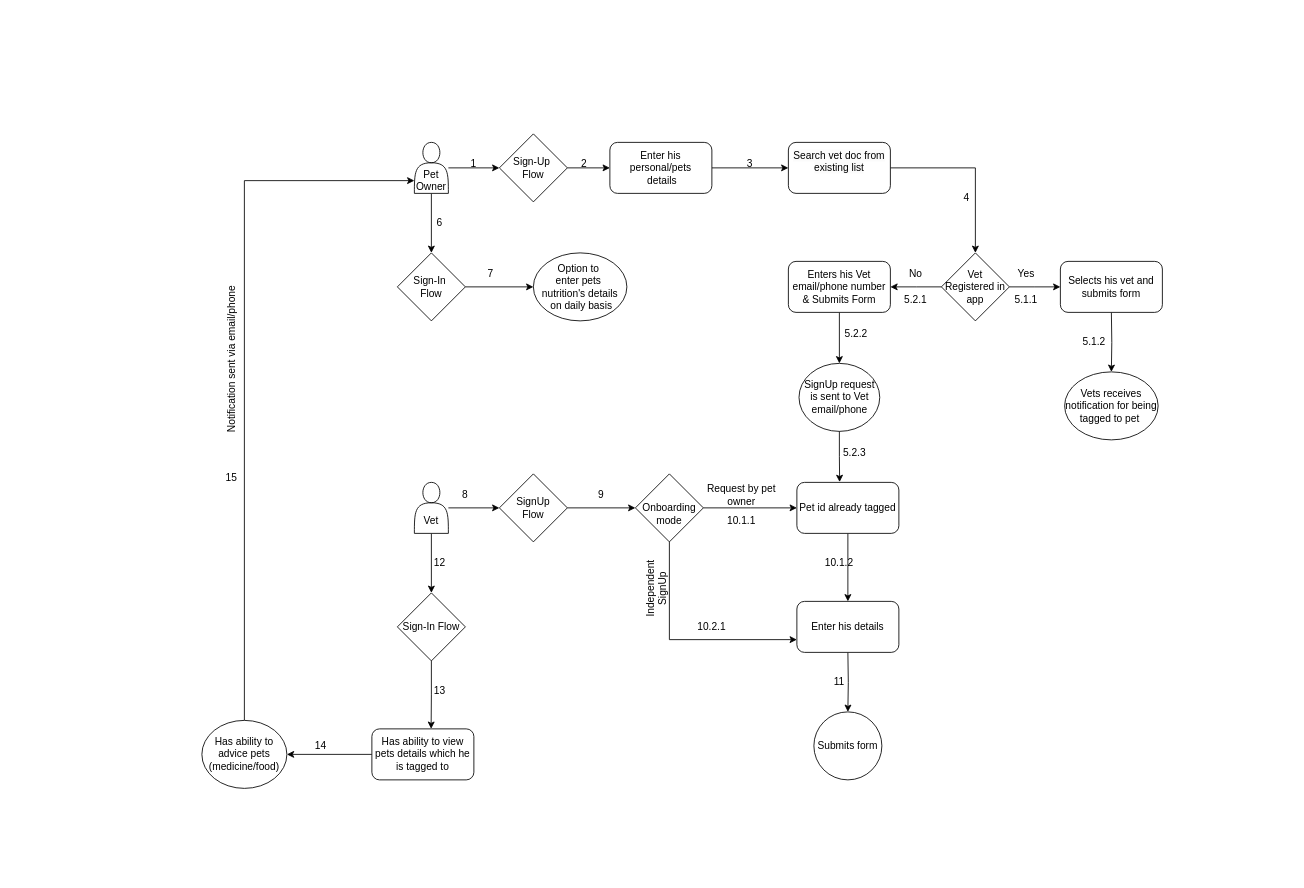
Earlier version of the draw.io diagram Pet-App-Flow.drawio (namanchopra21087/design-documents). Source tidied: cells renumbered, new cells numbered last; positions are measured from the earlier drawing's top-left corner, leaving out a move shared by most shapes. Both pictures are drawn from the tidied source at 85%, with x=0, y=0 at pixel (14, 48).
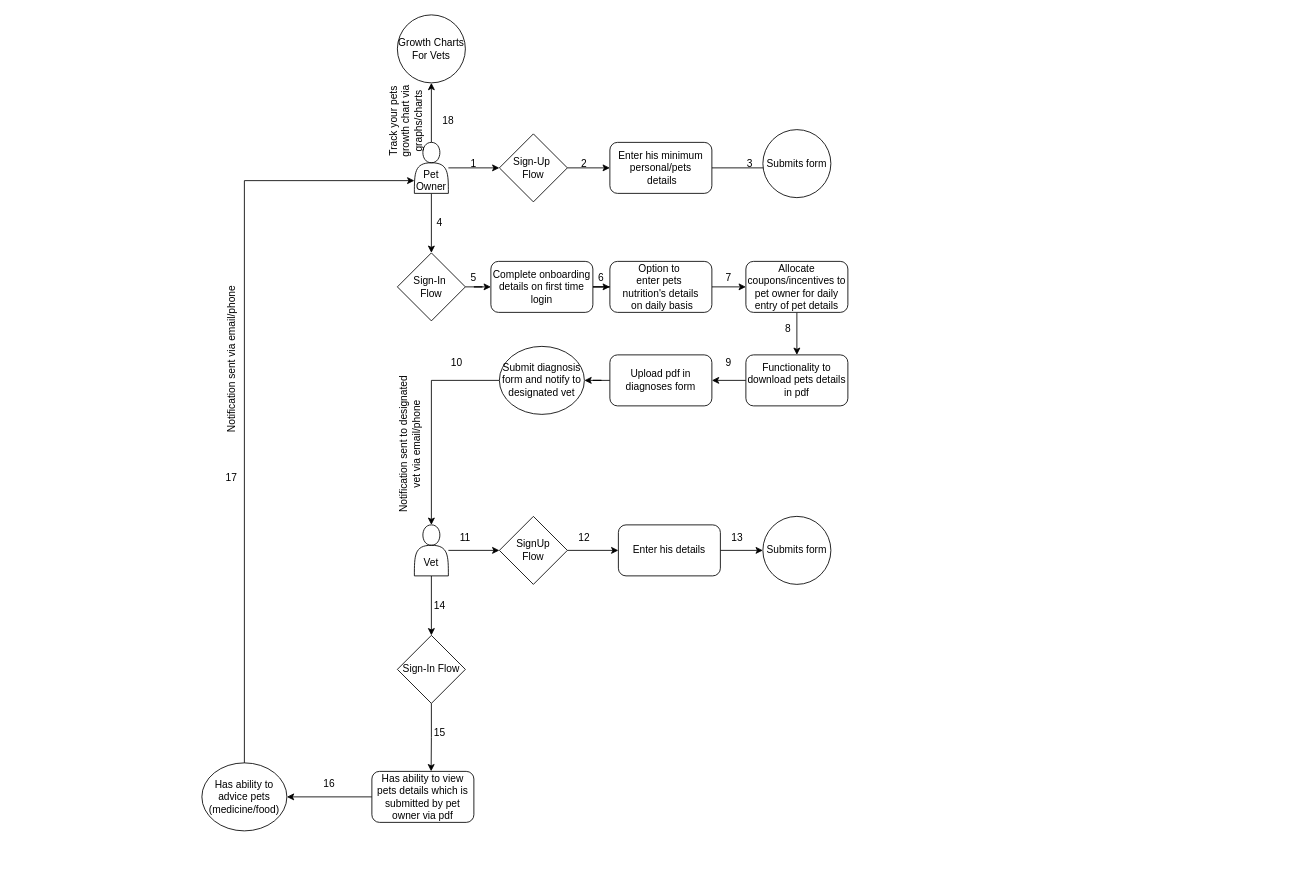
Above is the later version.

Unchanged cells that the change refers to:
```xml
<mxCell id="6" value="&lt;div&gt;&lt;br&gt;&lt;/div&gt;&lt;div&gt;&lt;br&gt;&lt;/div&gt;Pet Owner" style="shape=actor;whiteSpace=wrap;html=1;" parent="1" vertex="1">
  <mxGeometry x="470" y="110" width="40" height="60" as="geometry" />
</mxCell>
<mxCell id="30" value="Sign-In&amp;nbsp;&lt;div&gt;Flow&lt;/div&gt;" style="rhombus;whiteSpace=wrap;html=1;" parent="1" vertex="1">
  <mxGeometry x="450" y="240" width="80" height="80" as="geometry" />
</mxCell>
```

The edit, as a diff of the source:
```diff
@@
+    <mxCell id="77" style="edgeStyle=orthogonalEdgeStyle;rounded=0;jettySize=auto;html=1;" parent="1" edge="1" source="6" target="100">
+      <mxGeometry relative="1" as="geometry" />
+    </mxCell>
@@
-    <mxCell id="7" style="edgeStyle=orthogonalEdgeStyle;rounded=0;jettySize=auto;html=1;" parent="1" edge="1" source="9">
-      <mxGeometry relative="1" as="geometry">
-        <mxPoint x="1230" y="280" as="targetPoint" />
-      </mxGeometry>
-    </mxCell>
-    <mxCell id="8" style="edgeStyle=orthogonalEdgeStyle;rounded=0;jettySize=auto;html=1;entryX=1;entryY=0.5;entryDx=0;entryDy=0;" parent="1" edge="1" source="9">
-      <mxGeometry relative="1" as="geometry">
-        <mxPoint x="1030" y="280" as="targetPoint" />
-      </mxGeometry>
-    </mxCell>
-    <mxCell id="9" value="Vet Registered in app" style="rhombus;whiteSpace=wrap;html=1;" parent="1" vertex="1">
-      <mxGeometry x="1090" y="240" width="80" height="80" as="geometry" />
-    </mxCell>
-    <mxCell id="10" value="Yes" style="text;html=1;align=center;verticalAlign=middle;whiteSpace=wrap;rounded=0;" parent="1" vertex="1">
-      <mxGeometry x="1160" y="250" width="60" height="30" as="geometry" />
-    </mxCell>
-    <mxCell id="11" value="No" style="text;html=1;align=center;verticalAlign=middle;whiteSpace=wrap;rounded=0;" parent="1" vertex="1">
-      <mxGeometry x="1030" y="250" width="60" height="30" as="geometry" />
-    </mxCell>
-    <mxCell id="12" value="SignUp request is sent to Vet email/phone" style="ellipse;whiteSpace=wrap;html=1;" parent="1" vertex="1">
-      <mxGeometry x="922.5" y="370" width="95" height="80" as="geometry" />
-    </mxCell>
-    <mxCell id="13" style="edgeStyle=orthogonalEdgeStyle;rounded=0;jettySize=auto;html=1;" parent="1" edge="1" target="14">
-      <mxGeometry relative="1" as="geometry">
-        <mxPoint x="1290" y="310" as="sourcePoint" />
-      </mxGeometry>
-    </mxCell>
-    <mxCell id="14" value="Vets receives notification for being tagged to pet&amp;nbsp;" style="ellipse;whiteSpace=wrap;html=1;" parent="1" vertex="1">
-      <mxGeometry x="1235" y="380" width="110" height="80" as="geometry" />
-    </mxCell>
@@
     <mxCell id="17" value="&lt;div&gt;&lt;br&gt;&lt;/div&gt;&lt;div&gt;&lt;br&gt;&lt;/div&gt;Vet&lt;div&gt;&lt;/div&gt;" style="shape=actor;whiteSpace=wrap;html=1;" parent="1" vertex="1">
-      <mxGeometry x="470" y="510" width="40" height="60" as="geometry" />
+      <mxGeometry x="470" y="560" width="40" height="60" as="geometry" />
     </mxCell>
-    <mxCell id="18" style="edgeStyle=orthogonalEdgeStyle;rounded=0;jettySize=auto;html=1;" parent="1" edge="1" source="20">
-      <mxGeometry relative="1" as="geometry">
-        <mxPoint x="920" y="540" as="targetPoint" />
-      </mxGeometry>
-    </mxCell>
-    <mxCell id="19" style="edgeStyle=orthogonalEdgeStyle;rounded=0;jettySize=auto;html=1;entryX=0;entryY=0.75;entryDx=0;entryDy=0;" parent="1" edge="1" source="20" target="43">
-      <mxGeometry relative="1" as="geometry">
-        <Array as="points">
-          <mxPoint x="770" y="695" />
-        </Array>
-      </mxGeometry>
-    </mxCell>
-    <mxCell id="20" value="&lt;div&gt;&lt;br&gt;&lt;/div&gt;Onboarding mode" style="rhombus;whiteSpace=wrap;html=1;" parent="1" vertex="1">
-      <mxGeometry x="730" y="500" width="80" height="80" as="geometry" />
-    </mxCell>
-    <mxCell id="21" style="edgeStyle=orthogonalEdgeStyle;rounded=0;jettySize=auto;html=1;entryX=0.419;entryY=-0.007;entryDx=0;entryDy=0;entryPerimeter=0;" parent="1" edge="1" source="12">
-      <mxGeometry relative="1" as="geometry">
-        <mxPoint x="970.3" y="509.6" as="targetPoint" />
-      </mxGeometry>
-    </mxCell>
-    <mxCell id="22" value="Request by pet owner" style="text;html=1;align=center;verticalAlign=middle;whiteSpace=wrap;rounded=0;" parent="1" vertex="1">
-      <mxGeometry x="810" y="510" width="90" height="30" as="geometry" />
-    </mxCell>
-    <mxCell id="23" style="edgeStyle=orthogonalEdgeStyle;rounded=0;jettySize=auto;html=1;" parent="1" edge="1" target="24">
-      <mxGeometry relative="1" as="geometry">
-        <mxPoint x="980" y="710" as="sourcePoint" />
-      </mxGeometry>
-    </mxCell>
     <mxCell id="24" value="Submits form" style="ellipse;whiteSpace=wrap;html=1;" parent="1" vertex="1">
-      <mxGeometry x="940" y="780" width="80" height="80" as="geometry" />
+      <mxGeometry x="880" y="550" width="80" height="80" as="geometry" />
     </mxCell>
-    <mxCell id="25" value="Independent SignUp" style="text;html=1;align=center;verticalAlign=middle;whiteSpace=wrap;rounded=0;rotation=-90;" parent="1" vertex="1">
-      <mxGeometry x="710" y="620" width="90" height="30" as="geometry" />
-    </mxCell>
     <mxCell id="26" value="Sign-In Flow" style="rhombus;whiteSpace=wrap;html=1;" parent="1" vertex="1">
-      <mxGeometry x="450" y="640" width="80" height="80" as="geometry" />
+      <mxGeometry x="450" y="690" width="80" height="80" as="geometry" />
     </mxCell>
@@
     <mxCell id="28" value="Has ability to advice pets&lt;div&gt;(medicine/food)&lt;/div&gt;" style="ellipse;whiteSpace=wrap;html=1;" parent="1" vertex="1">
-      <mxGeometry x="220" y="790" width="100" height="80" as="geometry" />
+      <mxGeometry x="220" y="840" width="100" height="80" as="geometry" />
     </mxCell>
-    <mxCell id="29" style="edgeStyle=orthogonalEdgeStyle;rounded=0;jettySize=auto;html=1;" parent="1" edge="1" source="30" target="31">
-      <mxGeometry relative="1" as="geometry" />
-    </mxCell>
+    <mxCell id="78" style="edgeStyle=orthogonalEdgeStyle;rounded=0;jettySize=auto;html=1;entryX=0;entryY=0.5;entryDx=0;entryDy=0;" parent="1" edge="1" source="30" target="84">
+      <mxGeometry relative="1" as="geometry" />
+    </mxCell>
@@
+    <mxCell id="79" style="edgeStyle=orthogonalEdgeStyle;rounded=0;jettySize=auto;html=1;entryX=0.5;entryY=0;entryDx=0;entryDy=0;" parent="1" edge="1" source="31" target="17">
+      <mxGeometry relative="1" as="geometry" />
+    </mxCell>
-    <mxCell id="31" value="Option to&amp;nbsp;&lt;div&gt;enter pets&amp;nbsp;&lt;/div&gt;&lt;div&gt;nutrition's details&lt;/div&gt;&lt;div&gt;&amp;nbsp;on daily basis&lt;/div&gt;" style="ellipse;whiteSpace=wrap;html=1;" parent="1" vertex="1">
-      <mxGeometry x="610" y="240" width="110" height="80" as="geometry" />
+    <mxCell id="31" value="Submit diagnosis form and notify to designated vet" style="ellipse;whiteSpace=wrap;html=1;" parent="1" vertex="1">
+      <mxGeometry x="570" y="350" width="100" height="80" as="geometry" />
     </mxCell>
@@
-    <mxCell id="34" style="edgeStyle=orthogonalEdgeStyle;rounded=0;jettySize=auto;html=1;entryX=0;entryY=0.5;entryDx=0;entryDy=0;" parent="1" edge="1" source="35" target="37">
-      <mxGeometry relative="1" as="geometry" />
+    <mxCell id="34" style="edgeStyle=orthogonalEdgeStyle;rounded=0;jettySize=auto;html=1;entryX=0;entryY=0.5;entryDx=0;entryDy=0;" parent="1" edge="1" source="35">
+      <mxGeometry relative="1" as="geometry">
+        <mxPoint x="910" y="140" as="targetPoint" />
+      </mxGeometry>
     </mxCell>
-    <mxCell id="35" value="Enter his personal/pets&lt;div&gt;&amp;nbsp;details&lt;/div&gt;" style="rounded=1;whiteSpace=wrap;html=1;" parent="1" vertex="1">
+    <mxCell id="35" value="Enter his minimum personal/pets&lt;div&gt;&amp;nbsp;details&lt;/div&gt;" style="rounded=1;whiteSpace=wrap;html=1;" parent="1" vertex="1">
       <mxGeometry x="700" y="110" width="120" height="60" as="geometry" />
     </mxCell>
-    <mxCell id="36" style="edgeStyle=orthogonalEdgeStyle;rounded=0;jettySize=auto;html=1;entryX=0.5;entryY=0;entryDx=0;entryDy=0;" parent="1" edge="1" source="37" target="9">
-      <mxGeometry relative="1" as="geometry" />
-    </mxCell>
-    <mxCell id="37" value="&#10;&lt;span style=&quot;color: rgb(0, 0, 0); font-family: Helvetica; font-size: 12px; font-style: normal; font-variant-ligatures: normal; font-variant-caps: normal; font-weight: 400; letter-spacing: normal; orphans: 2; text-align: center; text-indent: 0px; text-transform: none; widows: 2; word-spacing: 0px; -webkit-text-stroke-width: 0px; white-space: normal; background-color: rgb(251, 251, 251); text-decoration-thickness: initial; text-decoration-style: initial; text-decoration-color: initial; display: inline !important; float: none;&quot;&gt;Search vet doc from existing list&lt;/span&gt;&#10;&#10;" style="rounded=1;whiteSpace=wrap;html=1;" parent="1" vertex="1">
-      <mxGeometry x="910" y="110" width="120" height="60" as="geometry" />
-    </mxCell>
-    <mxCell id="38" style="edgeStyle=orthogonalEdgeStyle;rounded=0;jettySize=auto;html=1;entryX=0.5;entryY=0;entryDx=0;entryDy=0;" parent="1" edge="1" source="39" target="12">
-      <mxGeometry relative="1" as="geometry" />
-    </mxCell>
-    <mxCell id="39" value="Enters his Vet email/phone number&lt;div&gt;&amp;amp; Submits Form&lt;/div&gt;" style="rounded=1;whiteSpace=wrap;html=1;" parent="1" vertex="1">
-      <mxGeometry x="910" y="250" width="120" height="60" as="geometry" />
-    </mxCell>
-    <mxCell id="40" value="Selects his vet and submits form" style="rounded=1;whiteSpace=wrap;html=1;" parent="1" vertex="1">
-      <mxGeometry x="1230" y="250" width="120" height="60" as="geometry" />
-    </mxCell>
-    <mxCell id="41" style="edgeStyle=orthogonalEdgeStyle;rounded=0;jettySize=auto;html=1;" parent="1" edge="1" source="42" target="43">
-      <mxGeometry relative="1" as="geometry" />
-    </mxCell>
-    <mxCell id="42" value="Pet id already tagged" style="rounded=1;whiteSpace=wrap;html=1;" parent="1" vertex="1">
-      <mxGeometry x="920" y="510" width="120" height="60" as="geometry" />
-    </mxCell>
+    <mxCell id="80" style="edgeStyle=orthogonalEdgeStyle;rounded=0;jettySize=auto;html=1;entryX=0;entryY=0.5;entryDx=0;entryDy=0;" parent="1" edge="1" source="43" target="24">
+      <mxGeometry relative="1" as="geometry" />
+    </mxCell>
     <mxCell id="43" value="Enter his details" style="whiteSpace=wrap;html=1;rounded=1;" parent="1" vertex="1">
-      <mxGeometry x="920" y="650" width="120" height="60" as="geometry" />
+      <mxGeometry x="710" y="560" width="120" height="60" as="geometry" />
     </mxCell>
@@
-    <mxCell id="45" value="Has ability to view pets details which he is tagged to" style="rounded=1;whiteSpace=wrap;html=1;" parent="1" vertex="1">
-      <mxGeometry x="420" y="800" width="120" height="60" as="geometry" />
+    <mxCell id="45" value="Has ability to view pets details which is submitted by pet owner via pdf" style="rounded=1;whiteSpace=wrap;html=1;" parent="1" vertex="1">
+      <mxGeometry x="420" y="850" width="120" height="60" as="geometry" />
     </mxCell>
@@
-    <mxCell id="47" style="edgeStyle=orthogonalEdgeStyle;rounded=0;jettySize=auto;html=1;entryX=0;entryY=0.5;entryDx=0;entryDy=0;" parent="1" edge="1" source="48" target="20">
-      <mxGeometry relative="1" as="geometry" />
-    </mxCell>
+    <mxCell id="81" style="edgeStyle=orthogonalEdgeStyle;rounded=0;jettySize=auto;html=1;entryX=0;entryY=0.5;entryDx=0;entryDy=0;" parent="1" edge="1" source="48" target="43">
+      <mxGeometry relative="1" as="geometry" />
+    </mxCell>
     <mxCell id="48" value="SignUp&lt;div&gt;Flow&lt;/div&gt;" style="rhombus;whiteSpace=wrap;html=1;" parent="1" vertex="1">
-      <mxGeometry x="570" y="500" width="80" height="80" as="geometry" />
+      <mxGeometry x="570" y="550" width="80" height="80" as="geometry" />
     </mxCell>
@@
-    <mxCell id="57" value="4" style="text;html=1;align=center;verticalAlign=middle;whiteSpace=wrap;rounded=0;" parent="1" vertex="1">
-      <mxGeometry x="1090" y="160" width="60" height="30" as="geometry" />
-    </mxCell>
-    <mxCell id="58" value="5.1.1" style="text;html=1;align=center;verticalAlign=middle;whiteSpace=wrap;rounded=0;" parent="1" vertex="1">
-      <mxGeometry x="1160" y="280" width="60" height="30" as="geometry" />
-    </mxCell>
-    <mxCell id="59" value="5.1.2" style="text;html=1;align=center;verticalAlign=middle;whiteSpace=wrap;rounded=0;" parent="1" vertex="1">
-      <mxGeometry x="1240" y="330" width="60" height="30" as="geometry" />
-    </mxCell>
-    <mxCell id="60" value="5.2.1" style="text;html=1;align=center;verticalAlign=middle;whiteSpace=wrap;rounded=0;" parent="1" vertex="1">
-      <mxGeometry x="1030" y="280" width="60" height="30" as="geometry" />
-    </mxCell>
-    <mxCell id="61" value="5.2.2" style="text;html=1;align=center;verticalAlign=middle;whiteSpace=wrap;rounded=0;" parent="1" vertex="1">
-      <mxGeometry x="960" y="320" width="60" height="30" as="geometry" />
-    </mxCell>
-    <mxCell id="62" value="6" style="text;html=1;align=center;verticalAlign=middle;whiteSpace=wrap;rounded=0;" parent="1" vertex="1">
+    <mxCell id="62" value="4" style="text;html=1;align=center;verticalAlign=middle;whiteSpace=wrap;rounded=0;" parent="1" vertex="1">
       <mxGeometry x="470" y="190" width="60" height="30" as="geometry" />
     </mxCell>
-    <mxCell id="63" value="7" style="text;html=1;align=center;verticalAlign=middle;whiteSpace=wrap;rounded=0;" parent="1" vertex="1">
-      <mxGeometry x="530" y="250" width="60" height="30" as="geometry" />
+    <mxCell id="63" value="5" style="text;html=1;align=center;verticalAlign=middle;whiteSpace=wrap;rounded=0;" parent="1" vertex="1">
+      <mxGeometry x="520" y="260" width="40" height="20" as="geometry" />
     </mxCell>
-    <mxCell id="64" value="5.2.3" style="text;html=1;align=center;verticalAlign=middle;whiteSpace=wrap;rounded=0;" parent="1" vertex="1">
-      <mxGeometry x="957.5" y="460" width="60" height="30" as="geometry" />
-    </mxCell>
-    <mxCell id="65" value="8" style="text;html=1;align=center;verticalAlign=middle;whiteSpace=wrap;rounded=0;" parent="1" vertex="1">
-      <mxGeometry x="500" y="510" width="60" height="30" as="geometry" />
+    <mxCell id="65" value="11" style="text;html=1;align=center;verticalAlign=middle;whiteSpace=wrap;rounded=0;" parent="1" vertex="1">
+      <mxGeometry x="500" y="560" width="60" height="30" as="geometry" />
     </mxCell>
-    <mxCell id="66" value="9" style="text;html=1;align=center;verticalAlign=middle;whiteSpace=wrap;rounded=0;" parent="1" vertex="1">
-      <mxGeometry x="660" y="510" width="60" height="30" as="geometry" />
-    </mxCell>
-    <mxCell id="67" value="10.1.1" style="text;html=1;align=center;verticalAlign=middle;whiteSpace=wrap;rounded=0;" parent="1" vertex="1">
-      <mxGeometry x="825" y="540" width="60" height="30" as="geometry" />
-    </mxCell>
-    <mxCell id="68" value="10.1.2" style="text;html=1;align=center;verticalAlign=middle;whiteSpace=wrap;rounded=0;" parent="1" vertex="1">
-      <mxGeometry x="940" y="590" width="60" height="30" as="geometry" />
-    </mxCell>
-    <mxCell id="69" value="11" style="text;html=1;align=center;verticalAlign=middle;whiteSpace=wrap;rounded=0;" parent="1" vertex="1">
-      <mxGeometry x="940" y="730" width="60" height="30" as="geometry" />
-    </mxCell>
-    <mxCell id="70" value="10.2.1" style="text;html=1;align=center;verticalAlign=middle;whiteSpace=wrap;rounded=0;" parent="1" vertex="1">
-      <mxGeometry x="790" y="665" width="60" height="30" as="geometry" />
-    </mxCell>
-    <mxCell id="71" value="12" style="text;html=1;align=center;verticalAlign=middle;whiteSpace=wrap;rounded=0;" parent="1" vertex="1">
-      <mxGeometry x="470" y="590" width="60" height="30" as="geometry" />
+    <mxCell id="71" value="14" style="text;html=1;align=center;verticalAlign=middle;whiteSpace=wrap;rounded=0;" parent="1" vertex="1">
+      <mxGeometry x="470" y="640" width="60" height="30" as="geometry" />
     </mxCell>
-    <mxCell id="72" value="13" style="text;html=1;align=center;verticalAlign=middle;whiteSpace=wrap;rounded=0;" parent="1" vertex="1">
-      <mxGeometry x="470" y="740" width="60" height="30" as="geometry" />
+    <mxCell id="72" value="15" style="text;html=1;align=center;verticalAlign=middle;whiteSpace=wrap;rounded=0;" parent="1" vertex="1">
+      <mxGeometry x="470" y="790" width="60" height="30" as="geometry" />
     </mxCell>
-    <mxCell id="73" value="14" style="text;html=1;align=center;verticalAlign=middle;whiteSpace=wrap;rounded=0;" parent="1" vertex="1">
-      <mxGeometry x="330" y="805" width="60" height="30" as="geometry" />
+    <mxCell id="73" value="16" style="text;html=1;align=center;verticalAlign=middle;whiteSpace=wrap;rounded=0;" parent="1" vertex="1">
+      <mxGeometry x="340" y="850" width="60" height="30" as="geometry" />
     </mxCell>
@@
-    <mxCell id="75" value="15" style="text;html=1;align=center;verticalAlign=middle;whiteSpace=wrap;rounded=0;" parent="1" vertex="1">
+    <mxCell id="75" value="17" style="text;html=1;align=center;verticalAlign=middle;whiteSpace=wrap;rounded=0;" parent="1" vertex="1">
       <mxGeometry x="225" y="490" width="60" height="30" as="geometry" />
     </mxCell>
@@
+    <mxCell id="82" value="Submits form" style="ellipse;whiteSpace=wrap;html=1;" parent="1" vertex="1">
+      <mxGeometry x="880" y="95" width="80" height="80" as="geometry" />
+    </mxCell>
+    <mxCell id="83" style="edgeStyle=orthogonalEdgeStyle;rounded=0;jettySize=auto;html=1;entryX=0;entryY=0.5;entryDx=0;entryDy=0;" parent="1" edge="1" source="84" target="86">
+      <mxGeometry relative="1" as="geometry" />
+    </mxCell>
+    <mxCell id="84" value="Complete onboarding details on first time login" style="rounded=1;whiteSpace=wrap;html=1;" parent="1" vertex="1">
+      <mxGeometry x="560" y="250" width="120" height="60" as="geometry" />
+    </mxCell>
+    <mxCell id="85" style="edgeStyle=orthogonalEdgeStyle;rounded=0;jettySize=auto;html=1;entryX=0;entryY=0.5;entryDx=0;entryDy=0;" parent="1" edge="1" source="86" target="88">
+      <mxGeometry relative="1" as="geometry" />
+    </mxCell>
+    <mxCell id="86" value="Option to&amp;nbsp;&lt;div&gt;enter pets&amp;nbsp;&lt;/div&gt;&lt;div&gt;nutrition's details&lt;/div&gt;&lt;div&gt;&amp;nbsp;on daily basis&lt;/div&gt;" style="rounded=1;whiteSpace=wrap;html=1;" parent="1" vertex="1">
+      <mxGeometry x="700" y="250" width="120" height="60" as="geometry" />
+    </mxCell>
+    <mxCell id="87" style="edgeStyle=orthogonalEdgeStyle;rounded=0;jettySize=auto;html=1;entryX=0.5;entryY=0;entryDx=0;entryDy=0;" parent="1" edge="1" source="88" target="90">
+      <mxGeometry relative="1" as="geometry" />
+    </mxCell>
+    <mxCell id="88" value="Allocate coupons/incentives to pet owner for daily entry of pet details" style="rounded=1;whiteSpace=wrap;html=1;" parent="1" vertex="1">
+      <mxGeometry x="860" y="250" width="120" height="60" as="geometry" />
+    </mxCell>
+    <mxCell id="89" style="edgeStyle=orthogonalEdgeStyle;rounded=0;jettySize=auto;html=1;entryX=1;entryY=0.5;entryDx=0;entryDy=0;" parent="1" edge="1" source="90" target="99">
+      <mxGeometry relative="1" as="geometry" />
+    </mxCell>
+    <mxCell id="90" value="Functionality to download pets details in pdf" style="rounded=1;whiteSpace=wrap;html=1;" parent="1" vertex="1">
+      <mxGeometry x="860" y="360" width="120" height="60" as="geometry" />
+    </mxCell>
+    <mxCell id="91" value="Notification sent to designated vet via email/phone" style="text;html=1;align=center;verticalAlign=middle;whiteSpace=wrap;rounded=0;rotation=-90;" parent="1" vertex="1">
+      <mxGeometry x="380" y="450" width="170" height="30" as="geometry" />
+    </mxCell>
+    <mxCell id="92" value="6" style="text;html=1;align=center;verticalAlign=middle;whiteSpace=wrap;rounded=0;" parent="1" vertex="1">
+      <mxGeometry x="670" y="260" width="40" height="20" as="geometry" />
+    </mxCell>
+    <mxCell id="93" value="7" style="text;html=1;align=center;verticalAlign=middle;whiteSpace=wrap;rounded=0;" parent="1" vertex="1">
+      <mxGeometry x="820" y="260" width="40" height="20" as="geometry" />
+    </mxCell>
+    <mxCell id="94" value="8" style="text;html=1;align=center;verticalAlign=middle;whiteSpace=wrap;rounded=0;" parent="1" vertex="1">
+      <mxGeometry x="890" y="320" width="40" height="20" as="geometry" />
+    </mxCell>
+    <mxCell id="66" value="9" style="text;html=1;align=center;verticalAlign=middle;whiteSpace=wrap;rounded=0;" parent="1" vertex="1">
+      <mxGeometry x="820" y="360" width="40" height="20" as="geometry" />
+    </mxCell>
+    <mxCell id="95" value="10" style="text;html=1;align=center;verticalAlign=middle;whiteSpace=wrap;rounded=0;" parent="1" vertex="1">
+      <mxGeometry x="500" y="360" width="40" height="20" as="geometry" />
+    </mxCell>
+    <mxCell id="96" value="12" style="text;html=1;align=center;verticalAlign=middle;whiteSpace=wrap;rounded=0;" parent="1" vertex="1">
+      <mxGeometry x="640" y="560" width="60" height="30" as="geometry" />
+    </mxCell>
+    <mxCell id="97" value="13" style="text;html=1;align=center;verticalAlign=middle;whiteSpace=wrap;rounded=0;" parent="1" vertex="1">
+      <mxGeometry x="820" y="560" width="60" height="30" as="geometry" />
+    </mxCell>
+    <mxCell id="98" style="edgeStyle=orthogonalEdgeStyle;rounded=0;jettySize=auto;html=1;entryX=1;entryY=0.5;entryDx=0;entryDy=0;" parent="1" edge="1" source="99" target="31">
+      <mxGeometry relative="1" as="geometry" />
+    </mxCell>
+    <mxCell id="99" value="Upload pdf in diagnoses form" style="rounded=1;whiteSpace=wrap;html=1;" parent="1" vertex="1">
+      <mxGeometry x="700" y="360" width="120" height="60" as="geometry" />
+    </mxCell>
+    <mxCell id="100" value="Growth Charts For Vets" style="ellipse;whiteSpace=wrap;html=1;" parent="1" vertex="1">
+      <mxGeometry x="450" y="-40" width="80" height="80" as="geometry" />
+    </mxCell>
+    <mxCell id="101" value="Track your pets growth chart via graphs/charts" style="text;html=1;align=center;verticalAlign=middle;whiteSpace=wrap;rounded=0;rotation=-90;" parent="1" vertex="1">
+      <mxGeometry x="410" y="70" width="100" height="30" as="geometry" />
+    </mxCell>
+    <mxCell id="102" value="18" style="text;html=1;align=center;verticalAlign=middle;whiteSpace=wrap;rounded=0;" parent="1" vertex="1">
+      <mxGeometry x="480" y="70" width="60" height="30" as="geometry" />
+    </mxCell>
```
